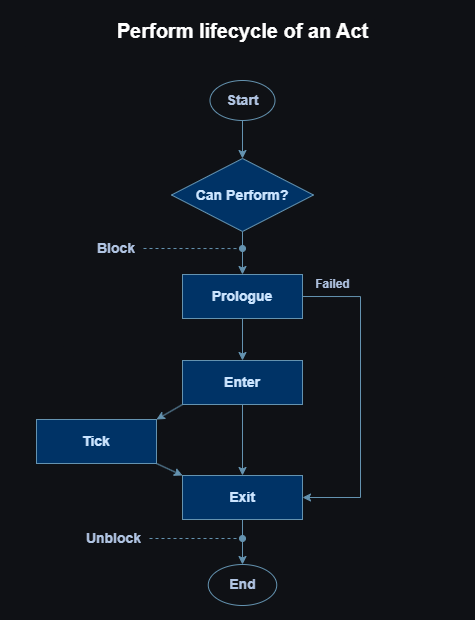
The draw.io diagram images/act-lifecycle.png in ManasMakde/act, before a commit. Source tidied: cells renumbered, new cells last; positions are measured from the earlier drawing's top-left corner, leaving out a move shared by most shapes.
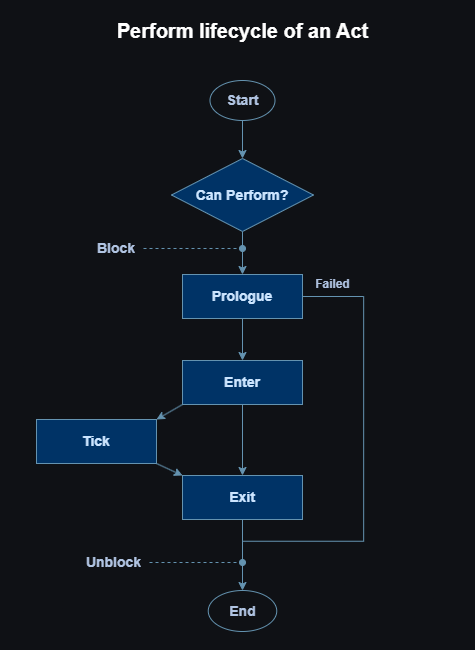
The same file after the commit.

Commit message:
Updated perform lifecycle graph

Diff of the diagram source:
```diff
@@ -10,14 +10,17 @@
         <mxPoint x="206" y="274" as="sourcePoint" />
       </mxGeometry>
     </mxCell>
-    <mxCell id="4" style="edgeStyle=orthogonalEdgeStyle;rounded=0;jettySize=auto;html=1;exitX=1;exitY=0.5;exitDx=0;exitDy=0;entryX=1;entryY=0.5;entryDx=0;entryDy=0;labelBackgroundColor=none;strokeColor=#457B9D;fontColor=#1D3557;align=center;verticalAlign=middle;fontFamily=Helvetica;fontSize=14;fillColor=light-dark(#A8DADC,#003366);fontStyle=1;" parent="1" edge="1" source="5" target="14">
-      <mxGeometry relative="1" as="geometry">
-        <Array as="points">
-          <mxPoint x="324" y="281" />
-          <mxPoint x="324" y="482" />
-        </Array>
-      </mxGeometry>
-    </mxCell>
+    <mxCell id="23" style="edgeStyle=orthogonalEdgeStyle;shape=connector;rounded=0;orthogonalLoop=1;jettySize=auto;html=1;exitX=1;exitY=0.5;exitDx=0;exitDy=0;strokeColor=#457B9D;align=center;verticalAlign=middle;fontFamily=Helvetica;fontSize=14;fontColor=#1D3557;fontStyle=1;labelBackgroundColor=none;endArrow=none;fillColor=light-dark(#A8DADC,#003366);endFill=0;" parent="1" edge="1">
+      <mxGeometry relative="1" as="geometry">
+        <mxPoint x="266" y="281" as="sourcePoint" />
+        <mxPoint x="206" y="525.7" as="targetPoint" />
+        <Array as="points">
+          <mxPoint x="327.2" y="281" />
+          <mxPoint x="327.2" y="525.7" />
+          <mxPoint x="206" y="525.7" />
+        </Array>
+      </mxGeometry>
+    </mxCell>
     <mxCell id="5" value="&lt;font style=&quot;color: light-dark(rgb(0, 0, 0), rgb(204, 229, 255));&quot;&gt;Prologue&lt;/font&gt;" style="rounded=0;whiteSpace=wrap;html=1;labelBackgroundColor=none;fillColor=light-dark(#A8DADC,#003366);strokeColor=#457B9D;fontColor=#1D3557;align=center;verticalAlign=middle;fontFamily=Helvetica;fontSize=14;fontStyle=1;" parent="1" vertex="1">
       <mxGeometry x="146" y="259" width="120" height="44" as="geometry" />
     </mxCell>
@@ -55,7 +58,7 @@
       <mxGeometry x="173.5" y="65" width="65" height="40" as="geometry" />
     </mxCell>
     <mxCell id="17" value="End" style="ellipse;whiteSpace=wrap;html=1;fontFamily=Helvetica;fontSize=14;fontColor=#1D3557;fontStyle=1;labelBackgroundColor=none;fillColor=none;strokeColor=#457B9D;" parent="1" vertex="1">
-      <mxGeometry x="171.8" y="549" width="68.5" height="41" as="geometry" />
+      <mxGeometry x="171.8" y="575" width="68.5" height="41" as="geometry" />
     </mxCell>
     <mxCell id="18" style="endArrow=oval;dashed=1;html=1;rounded=0;strokeColor=#457B9D;align=center;verticalAlign=middle;fontFamily=Helvetica;fontSize=14;fontColor=#1D3557;fontStyle=1;labelBackgroundColor=none;edgeStyle=orthogonalEdgeStyle;fillColor=light-dark(#A8DADC,#003366);endFill=1;" parent="1" edge="1">
       <mxGeometry relative="1" as="geometry">
@@ -71,11 +74,11 @@
     </mxCell>
     <mxCell id="20" style="endArrow=oval;dashed=1;html=1;rounded=0;strokeColor=#457B9D;align=center;verticalAlign=middle;fontFamily=Helvetica;fontSize=14;fontColor=#1D3557;fontStyle=1;labelBackgroundColor=none;edgeStyle=orthogonalEdgeStyle;fillColor=light-dark(#A8DADC,#003366);exitX=1;exitY=0.5;exitDx=0;exitDy=0;endFill=1;" parent="1" edge="1" source="21">
       <mxGeometry relative="1" as="geometry">
-        <mxPoint x="206" y="523" as="targetPoint" />
+        <mxPoint x="206" y="547" as="targetPoint" />
       </mxGeometry>
     </mxCell>
     <mxCell id="21" value="Unblock" style="text;html=1;whiteSpace=wrap;strokeColor=none;fillColor=none;align=center;verticalAlign=middle;rounded=0;fontFamily=Helvetica;fontSize=14;fontColor=#1D3557;fontStyle=1;labelBackgroundColor=none;" parent="1" vertex="1">
-      <mxGeometry x="42" y="508" width="71" height="30" as="geometry" />
+      <mxGeometry x="42" y="532" width="71" height="30" as="geometry" />
     </mxCell>
     <mxCell id="22" value="Failed" style="text;html=1;whiteSpace=wrap;strokeColor=none;fillColor=none;align=center;verticalAlign=middle;rounded=0;fontFamily=Helvetica;fontSize=12;fontColor=#1D3557;fontStyle=1;labelBackgroundColor=none;" parent="1" vertex="1">
       <mxGeometry x="277" y="259" width="39" height="20" as="geometry" />
```
